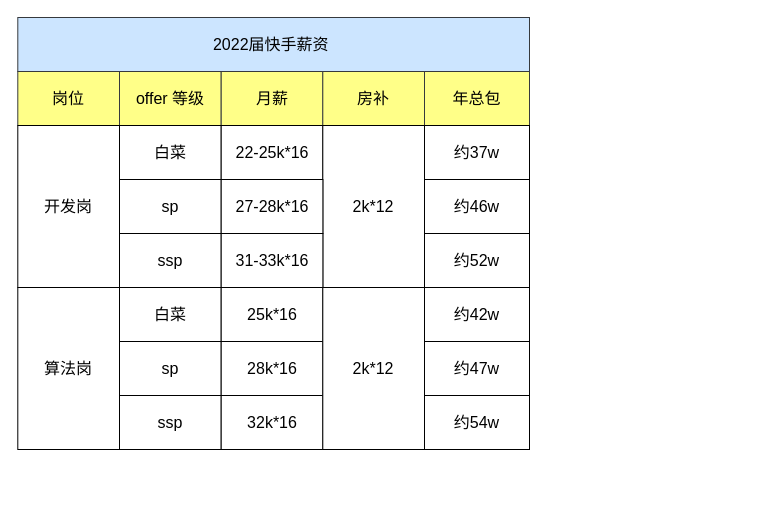
Before: 杂/快手.drawio in xiaolincoder/ImageHost4, a draw.io diagram. Source tidied: cells renumbered, new cells numbered last; positions are measured from the earlier drawing's top-left corner, leaving out a move shared by most shapes. Both pictures are drawn from the tidied source at 100%, with x=0, y=0 at pixel (17, 17).
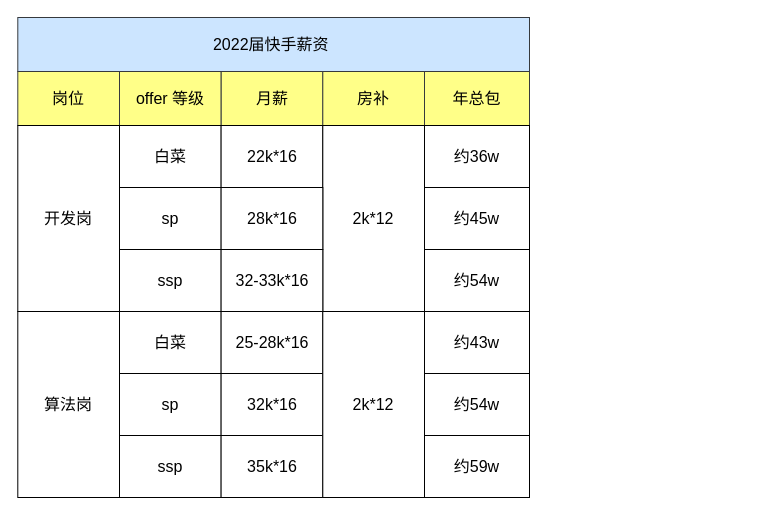
After the change.

Change to the diagram source:
```diff
@@
+    <mxCell id="13" value="岗位" style="rounded=0;whiteSpace=wrap;html=1;fontSize=16;fillColor=#ffff88;strokeColor=#36393d;" parent="1" vertex="1">
+      <mxGeometry x="0.3" y="54" width="101.7" height="54" as="geometry" />
+    </mxCell>
+    <mxCell id="21" value="年总包" style="rounded=0;whiteSpace=wrap;html=1;fontSize=16;fillColor=#ffff88;strokeColor=#36393d;" parent="1" vertex="1">
+      <mxGeometry x="407" y="54" width="105" height="54" as="geometry" />
+    </mxCell>
+    <mxCell id="30" style="group;" parent="1" vertex="1">
+      <mxGeometry x="0.3" y="108" width="721.7" height="372" as="geometry" />
+    </mxCell>
-    <mxCell id="6" value="白菜" style="rounded=0;whiteSpace=wrap;html=1;fontSize=16;" parent="1" vertex="1">
-      <mxGeometry x="102" y="108" width="101.7" height="54" as="geometry" />
+    <mxCell id="6" value="白菜" style="rounded=0;whiteSpace=wrap;html=1;fontSize=16;" parent="30" vertex="1">
+      <mxGeometry x="101.7" width="101.7" height="62" as="geometry" />
     </mxCell>
-    <mxCell id="7" value="22-25k*16" style="rounded=0;whiteSpace=wrap;html=1;fontSize=16;" parent="1" vertex="1">
-      <mxGeometry x="203.7" y="108" width="101.7" height="54" as="geometry" />
+    <mxCell id="7" value="22k*16" style="rounded=0;whiteSpace=wrap;html=1;fontSize=16;" parent="30" vertex="1">
+      <mxGeometry x="203.3" width="101.7" height="62" as="geometry" />
     </mxCell>
-    <mxCell id="8" value="2k*12" style="rounded=0;whiteSpace=wrap;html=1;fontSize=16;" parent="1" vertex="1">
-      <mxGeometry x="305.3" y="108" width="101.7" height="162" as="geometry" />
+    <mxCell id="8" value="2k*12" style="rounded=0;whiteSpace=wrap;html=1;fontSize=16;" parent="30" vertex="1">
+      <mxGeometry x="305" width="101.7" height="186" as="geometry" />
     </mxCell>
-    <mxCell id="9" value="sp" style="rounded=0;whiteSpace=wrap;html=1;fontSize=16;" parent="1" vertex="1">
-      <mxGeometry x="102" y="162" width="101.7" height="54" as="geometry" />
+    <mxCell id="9" value="sp" style="rounded=0;whiteSpace=wrap;html=1;fontSize=16;" parent="30" vertex="1">
+      <mxGeometry x="101.7" y="62" width="101.7" height="62" as="geometry" />
     </mxCell>
-    <mxCell id="10" value="27-28k*16" style="rounded=0;whiteSpace=wrap;html=1;fontSize=16;" parent="1" vertex="1">
-      <mxGeometry x="203.7" y="162" width="101.7" height="54" as="geometry" />
+    <mxCell id="10" value="28k*16" style="rounded=0;whiteSpace=wrap;html=1;fontSize=16;" parent="30" vertex="1">
+      <mxGeometry x="203.3" y="62" width="101.7" height="62" as="geometry" />
     </mxCell>
-    <mxCell id="11" value="ssp" style="rounded=0;whiteSpace=wrap;html=1;fontSize=16;" parent="1" vertex="1">
-      <mxGeometry x="102" y="216" width="101.7" height="54" as="geometry" />
+    <mxCell id="11" value="ssp" style="rounded=0;whiteSpace=wrap;html=1;fontSize=16;" parent="30" vertex="1">
+      <mxGeometry x="101.7" y="124" width="101.7" height="62" as="geometry" />
     </mxCell>
-    <mxCell id="12" value="31-33k*16" style="rounded=0;whiteSpace=wrap;html=1;fontSize=16;" parent="1" vertex="1">
-      <mxGeometry x="203.7" y="216" width="101.7" height="54" as="geometry" />
+    <mxCell id="12" value="32-33k*16" style="rounded=0;whiteSpace=wrap;html=1;fontSize=16;" parent="30" vertex="1">
+      <mxGeometry x="203.3" y="124" width="101.7" height="62" as="geometry" />
     </mxCell>
-    <mxCell id="13" value="岗位" style="rounded=0;whiteSpace=wrap;html=1;fontSize=16;fillColor=#ffff88;strokeColor=#36393d;" parent="1" vertex="1">
-      <mxGeometry x="0.3" y="54" width="101.7" height="54" as="geometry" />
-    </mxCell>
-    <mxCell id="14" value="开发岗" style="rounded=0;whiteSpace=wrap;html=1;fontSize=16;" parent="1" vertex="1">
-      <mxGeometry x="0.3" y="108" width="101.7" height="162" as="geometry" />
+    <mxCell id="14" value="开发岗" style="rounded=0;whiteSpace=wrap;html=1;fontSize=16;" parent="30" vertex="1">
+      <mxGeometry width="101.7" height="186" as="geometry" />
     </mxCell>
-    <mxCell id="15" value="白菜" style="rounded=0;whiteSpace=wrap;html=1;fontSize=16;" parent="1" vertex="1">
-      <mxGeometry x="102" y="270" width="101.7" height="54" as="geometry" />
+    <mxCell id="15" value="白菜" style="rounded=0;whiteSpace=wrap;html=1;fontSize=16;" parent="30" vertex="1">
+      <mxGeometry x="101.7" y="186" width="101.7" height="62" as="geometry" />
     </mxCell>
-    <mxCell id="16" value="sp" style="rounded=0;whiteSpace=wrap;html=1;fontSize=16;" parent="1" vertex="1">
-      <mxGeometry x="102" y="324" width="101.7" height="54" as="geometry" />
+    <mxCell id="16" value="sp" style="rounded=0;whiteSpace=wrap;html=1;fontSize=16;" parent="30" vertex="1">
+      <mxGeometry x="101.7" y="248" width="101.7" height="62" as="geometry" />
     </mxCell>
-    <mxCell id="17" value="ssp" style="rounded=0;whiteSpace=wrap;html=1;fontSize=16;" parent="1" vertex="1">
-      <mxGeometry x="102" y="378" width="101.7" height="54" as="geometry" />
+    <mxCell id="17" value="ssp" style="rounded=0;whiteSpace=wrap;html=1;fontSize=16;" parent="30" vertex="1">
+      <mxGeometry x="101.7" y="310" width="101.7" height="62" as="geometry" />
     </mxCell>
-    <mxCell id="18" value="25k*16" style="rounded=0;whiteSpace=wrap;html=1;fontSize=16;" parent="1" vertex="1">
-      <mxGeometry x="203.7" y="270" width="101.7" height="54" as="geometry" />
+    <mxCell id="18" value="25-28k*16" style="rounded=0;whiteSpace=wrap;html=1;fontSize=16;" parent="30" vertex="1">
+      <mxGeometry x="203.3" y="186" width="101.7" height="62" as="geometry" />
     </mxCell>
-    <mxCell id="19" value="28k*16" style="rounded=0;whiteSpace=wrap;html=1;fontSize=16;" parent="1" vertex="1">
-      <mxGeometry x="203.7" y="324" width="101.7" height="54" as="geometry" />
+    <mxCell id="19" value="32k*16" style="rounded=0;whiteSpace=wrap;html=1;fontSize=16;" parent="30" vertex="1">
+      <mxGeometry x="203.3" y="248" width="101.7" height="62" as="geometry" />
     </mxCell>
-    <mxCell id="20" value="32k*16" style="rounded=0;whiteSpace=wrap;html=1;fontSize=16;" parent="1" vertex="1">
-      <mxGeometry x="203.7" y="378" width="101.7" height="54" as="geometry" />
+    <mxCell id="20" value="35k*16" style="rounded=0;whiteSpace=wrap;html=1;fontSize=16;" parent="30" vertex="1">
+      <mxGeometry x="203.3" y="310" width="101.7" height="62" as="geometry" />
     </mxCell>
-    <mxCell id="21" value="年总包" style="rounded=0;whiteSpace=wrap;html=1;fontSize=16;fillColor=#ffff88;strokeColor=#36393d;" parent="1" vertex="1">
-      <mxGeometry x="407" y="54" width="105" height="54" as="geometry" />
-    </mxCell>
-    <mxCell id="22" value="2k*12" style="rounded=0;whiteSpace=wrap;html=1;fontSize=16;" parent="1" vertex="1">
-      <mxGeometry x="305.3" y="270" width="101.7" height="162" as="geometry" />
+    <mxCell id="22" value="2k*12" style="rounded=0;whiteSpace=wrap;html=1;fontSize=16;" parent="30" vertex="1">
+      <mxGeometry x="305" y="186" width="101.7" height="186" as="geometry" />
     </mxCell>
-    <mxCell id="23" value="算法岗" style="rounded=0;whiteSpace=wrap;html=1;fontSize=16;" parent="1" vertex="1">
-      <mxGeometry x="0.3" y="270" width="101.7" height="162" as="geometry" />
+    <mxCell id="23" value="算法岗" style="rounded=0;whiteSpace=wrap;html=1;fontSize=16;" parent="30" vertex="1">
+      <mxGeometry y="186" width="101.7" height="186" as="geometry" />
     </mxCell>
-    <mxCell id="24" value="约37w" style="rounded=0;whiteSpace=wrap;html=1;fontSize=16;" parent="1" vertex="1">
-      <mxGeometry x="407" y="108" width="105" height="54" as="geometry" />
+    <mxCell id="24" value="约36w" style="rounded=0;whiteSpace=wrap;html=1;fontSize=16;" parent="30" vertex="1">
+      <mxGeometry x="406.7" width="105" height="62" as="geometry" />
     </mxCell>
-    <mxCell id="25" value="约46w" style="rounded=0;whiteSpace=wrap;html=1;fontSize=16;" parent="1" vertex="1">
-      <mxGeometry x="407" y="162" width="105" height="54" as="geometry" />
+    <mxCell id="25" value="约45w" style="rounded=0;whiteSpace=wrap;html=1;fontSize=16;" parent="30" vertex="1">
+      <mxGeometry x="406.7" y="62" width="105" height="62" as="geometry" />
     </mxCell>
-    <mxCell id="26" value="约52w" style="rounded=0;whiteSpace=wrap;html=1;fontSize=16;" parent="1" vertex="1">
-      <mxGeometry x="407" y="216" width="105" height="54" as="geometry" />
+    <mxCell id="26" value="约54w" style="rounded=0;whiteSpace=wrap;html=1;fontSize=16;" parent="30" vertex="1">
+      <mxGeometry x="406.7" y="124" width="105" height="62" as="geometry" />
     </mxCell>
-    <mxCell id="27" value="约42w" style="rounded=0;whiteSpace=wrap;html=1;fontSize=16;" parent="1" vertex="1">
-      <mxGeometry x="407" y="270" width="105" height="54" as="geometry" />
+    <mxCell id="27" value="约43w" style="rounded=0;whiteSpace=wrap;html=1;fontSize=16;" parent="30" vertex="1">
+      <mxGeometry x="406.7" y="186" width="105" height="62" as="geometry" />
     </mxCell>
-    <mxCell id="28" value="约47w" style="rounded=0;whiteSpace=wrap;html=1;fontSize=16;" parent="1" vertex="1">
-      <mxGeometry x="407" y="324" width="105" height="54" as="geometry" />
+    <mxCell id="28" value="约54w" style="rounded=0;whiteSpace=wrap;html=1;fontSize=16;" parent="30" vertex="1">
+      <mxGeometry x="406.7" y="248" width="105" height="62" as="geometry" />
     </mxCell>
-    <mxCell id="29" value="约54w" style="rounded=0;whiteSpace=wrap;html=1;fontSize=16;" parent="1" vertex="1">
-      <mxGeometry x="407" y="378" width="105" height="54" as="geometry" />
+    <mxCell id="29" value="约59w" style="rounded=0;whiteSpace=wrap;html=1;fontSize=16;" parent="30" vertex="1">
+      <mxGeometry x="406.7" y="310" width="105" height="62" as="geometry" />
     </mxCell>
```
